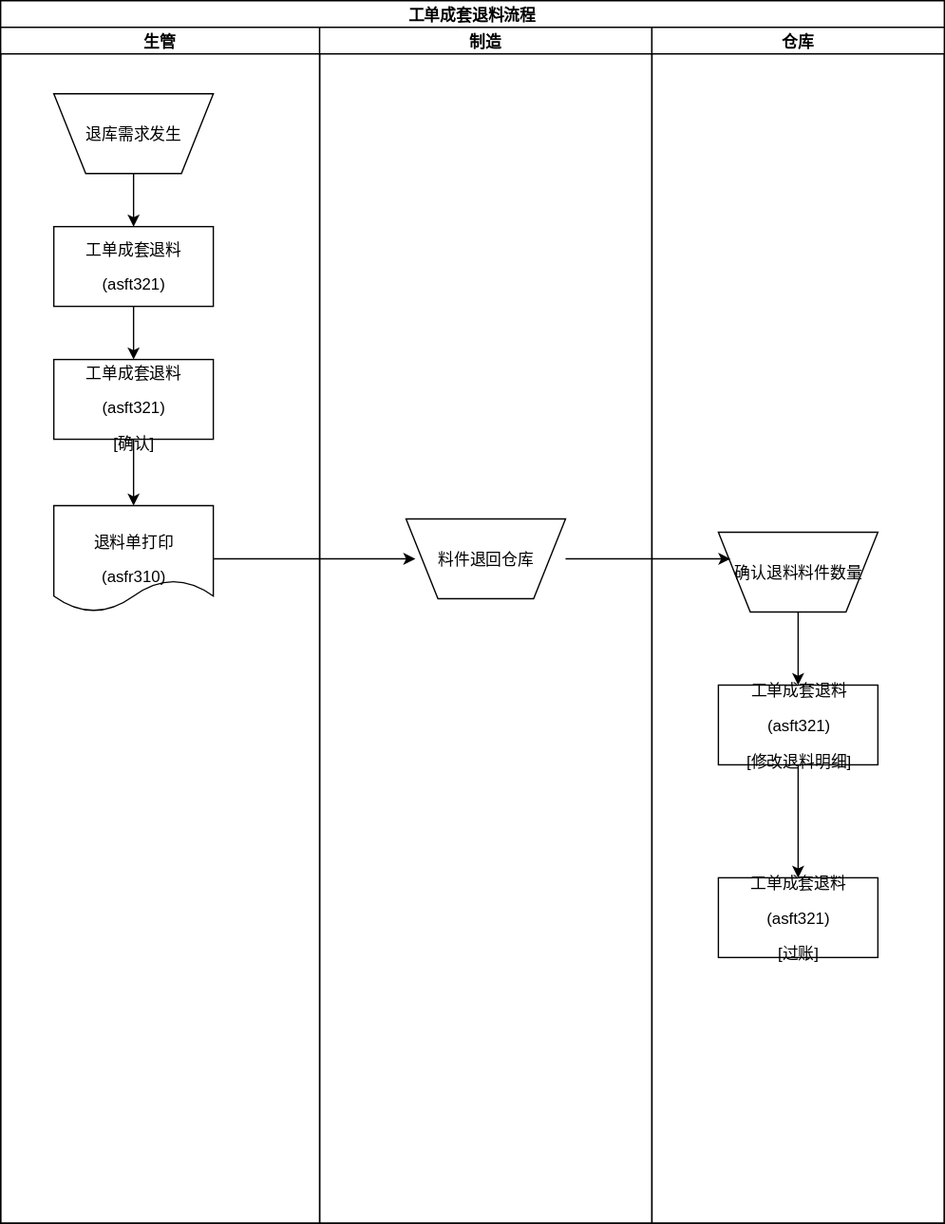
Above: ver01/ASF010.svg in ft2017/sop (draw.io), before the change. Source tidied: cells renumbered, new cells last; positions are measured from the earlier drawing's top-left corner, leaving out a move shared by most shapes. Its diagram source:
```xml
<mxGraphModel background="#ffffff">
  <root>
    <mxCell id="0" />
    <mxCell id="1" parent="0" />
    <mxCell id="2" value="&lt;b&gt;&lt;span&gt;工单成套退料流程&lt;/span&gt;&lt;/b&gt;" style="swimlane;html=1;startSize=20;" parent="1" vertex="1">
      <mxGeometry width="710" height="920" as="geometry" />
    </mxCell>
    <mxCell id="3" value="&lt;b&gt;&lt;span&gt;生管&lt;/span&gt;&lt;/b&gt;" style="swimlane;html=1;startSize=20;" parent="2" vertex="1">
      <mxGeometry y="20" width="240" height="900" as="geometry" />
    </mxCell>
    <mxCell id="4" style="edgeStyle=orthogonalEdgeStyle;rounded=0;html=1;entryX=0.5;entryY=0;jettySize=auto;" parent="3" edge="1" source="5" target="7">
      <mxGeometry relative="1" as="geometry" />
    </mxCell>
    <mxCell id="5" value="&lt;p align=&quot;center&quot;&gt;&lt;span&gt;退库需求发生&lt;/span&gt;&lt;/p&gt;" style="shape=trapezoid;whiteSpace=wrap;html=1;flipV=1;" parent="3" vertex="1">
      <mxGeometry x="40" y="50" width="120" height="60" as="geometry" />
    </mxCell>
    <mxCell id="6" style="edgeStyle=orthogonalEdgeStyle;rounded=0;html=1;entryX=0.5;entryY=0;jettySize=auto;" parent="3" edge="1" source="7" target="9">
      <mxGeometry relative="1" as="geometry" />
    </mxCell>
    <mxCell id="7" value="&lt;p align=&quot;center&quot;&gt;&lt;span&gt;工单成套退料&lt;/span&gt;&lt;/p&gt;&lt;p align=&quot;center&quot;&gt;&lt;span lang=&quot;EN-US&quot;&gt;(asft321)&lt;/span&gt;&lt;/p&gt;" style="whiteSpace=wrap;html=1;" parent="3" vertex="1">
      <mxGeometry x="40" y="150" width="120" height="60" as="geometry" />
    </mxCell>
    <mxCell id="8" style="edgeStyle=orthogonalEdgeStyle;rounded=0;html=1;entryX=0.5;entryY=0;jettySize=auto;" parent="3" edge="1" source="9" target="10">
      <mxGeometry relative="1" as="geometry" />
    </mxCell>
    <mxCell id="9" value="&lt;p align=&quot;center&quot;&gt;&lt;span&gt;工单成套退料&lt;/span&gt;&lt;/p&gt;&lt;p align=&quot;center&quot;&gt;&lt;span lang=&quot;EN-US&quot;&gt;(asft321)&lt;/span&gt;&lt;/p&gt;&lt;span lang=&quot;EN-US&quot;&gt;[&lt;/span&gt;&lt;span&gt;确认&lt;span lang=&quot;EN-US&quot;&gt;]&lt;/span&gt;&lt;/span&gt;" style="whiteSpace=wrap;html=1;" parent="3" vertex="1">
      <mxGeometry x="40" y="250" width="120" height="60" as="geometry" />
    </mxCell>
    <mxCell id="10" value="&lt;p align=&quot;center&quot;&gt;&lt;span&gt;退料单打印&lt;/span&gt;&lt;/p&gt;&lt;p align=&quot;center&quot;&gt;&lt;span lang=&quot;EN-US&quot;&gt;(asfr310)&lt;/span&gt;&lt;/p&gt;" style="shape=document;whiteSpace=wrap;html=1;" parent="3" vertex="1">
      <mxGeometry x="40" y="360" width="120" height="80" as="geometry" />
    </mxCell>
    <mxCell id="11" value="&lt;b&gt;&lt;span&gt;制造&lt;/span&gt;&lt;/b&gt;" style="swimlane;html=1;startSize=20;" parent="2" vertex="1">
      <mxGeometry x="240" y="20" width="250" height="900" as="geometry" />
    </mxCell>
    <mxCell id="12" value="&lt;p align=&quot;center&quot;&gt;&lt;span&gt;料件退回仓库&lt;/span&gt;&lt;/p&gt;" style="shape=trapezoid;whiteSpace=wrap;html=1;flipV=1;" parent="11" vertex="1">
      <mxGeometry x="65" y="370" width="120" height="60" as="geometry" />
    </mxCell>
    <mxCell id="13" value="&lt;b&gt;&lt;span&gt;仓库&lt;/span&gt;&lt;/b&gt;" style="swimlane;html=1;startSize=20;" parent="2" vertex="1">
      <mxGeometry x="490" y="20" width="220" height="900" as="geometry" />
    </mxCell>
    <mxCell id="14" style="edgeStyle=orthogonalEdgeStyle;rounded=0;html=1;entryX=0.5;entryY=0;jettySize=auto;" parent="13" edge="1" source="15" target="17">
      <mxGeometry relative="1" as="geometry" />
    </mxCell>
    <mxCell id="15" value="&lt;p align=&quot;center&quot;&gt;&lt;span&gt;确认退料料件数量&lt;/span&gt;&lt;/p&gt;" style="shape=trapezoid;whiteSpace=wrap;html=1;flipV=1;" parent="13" vertex="1">
      <mxGeometry x="50" y="380" width="120" height="60" as="geometry" />
    </mxCell>
    <mxCell id="16" style="edgeStyle=orthogonalEdgeStyle;rounded=0;html=1;jettySize=auto;" parent="13" edge="1" source="17" target="18">
      <mxGeometry relative="1" as="geometry" />
    </mxCell>
    <mxCell id="17" value="&lt;p align=&quot;center&quot;&gt;&lt;span&gt;工单成套退料&lt;/span&gt;&lt;/p&gt;&lt;p align=&quot;center&quot;&gt;&lt;span lang=&quot;EN-US&quot;&gt;(asft321)&lt;/span&gt;&lt;/p&gt;&lt;p align=&quot;center&quot;&gt;&lt;span lang=&quot;EN-US&quot;&gt;[&lt;/span&gt;&lt;span&gt;修改退料明细&lt;span lang=&quot;EN-US&quot;&gt;]&lt;/span&gt;&lt;/span&gt;&lt;/p&gt;" style="whiteSpace=wrap;html=1;" parent="13" vertex="1">
      <mxGeometry x="50" y="495" width="120" height="60" as="geometry" />
    </mxCell>
    <mxCell id="18" value="&lt;p align=&quot;center&quot;&gt;&lt;span&gt;工单成套退料&lt;/span&gt;&lt;/p&gt;&lt;p align=&quot;center&quot;&gt;&lt;a name=&quot;_GoBack&quot;&gt;&lt;span lang=&quot;EN-US&quot;&gt;(asft321)&lt;/span&gt;&lt;/a&gt;&lt;/p&gt;&lt;p align=&quot;center&quot;&gt;&lt;span lang=&quot;EN-US&quot;&gt;[&lt;/span&gt;&lt;span&gt;过账&lt;span lang=&quot;EN-US&quot;&gt;]&lt;/span&gt;&lt;/span&gt;&lt;/p&gt;" style="whiteSpace=wrap;html=1;" parent="13" vertex="1">
      <mxGeometry x="50" y="640" width="120" height="60" as="geometry" />
    </mxCell>
    <mxCell id="19" style="edgeStyle=orthogonalEdgeStyle;rounded=0;html=1;entryX=0.061;entryY=0.5;entryPerimeter=0;jettySize=auto;" parent="2" edge="1" source="10" target="12">
      <mxGeometry relative="1" as="geometry" />
    </mxCell>
    <mxCell id="20" style="edgeStyle=orthogonalEdgeStyle;rounded=0;html=1;entryX=0.078;entryY=0.667;entryPerimeter=0;jettySize=auto;" parent="2" edge="1" source="12" target="15">
      <mxGeometry relative="1" as="geometry" />
    </mxCell>
  </root>
</mxGraphModel>
```
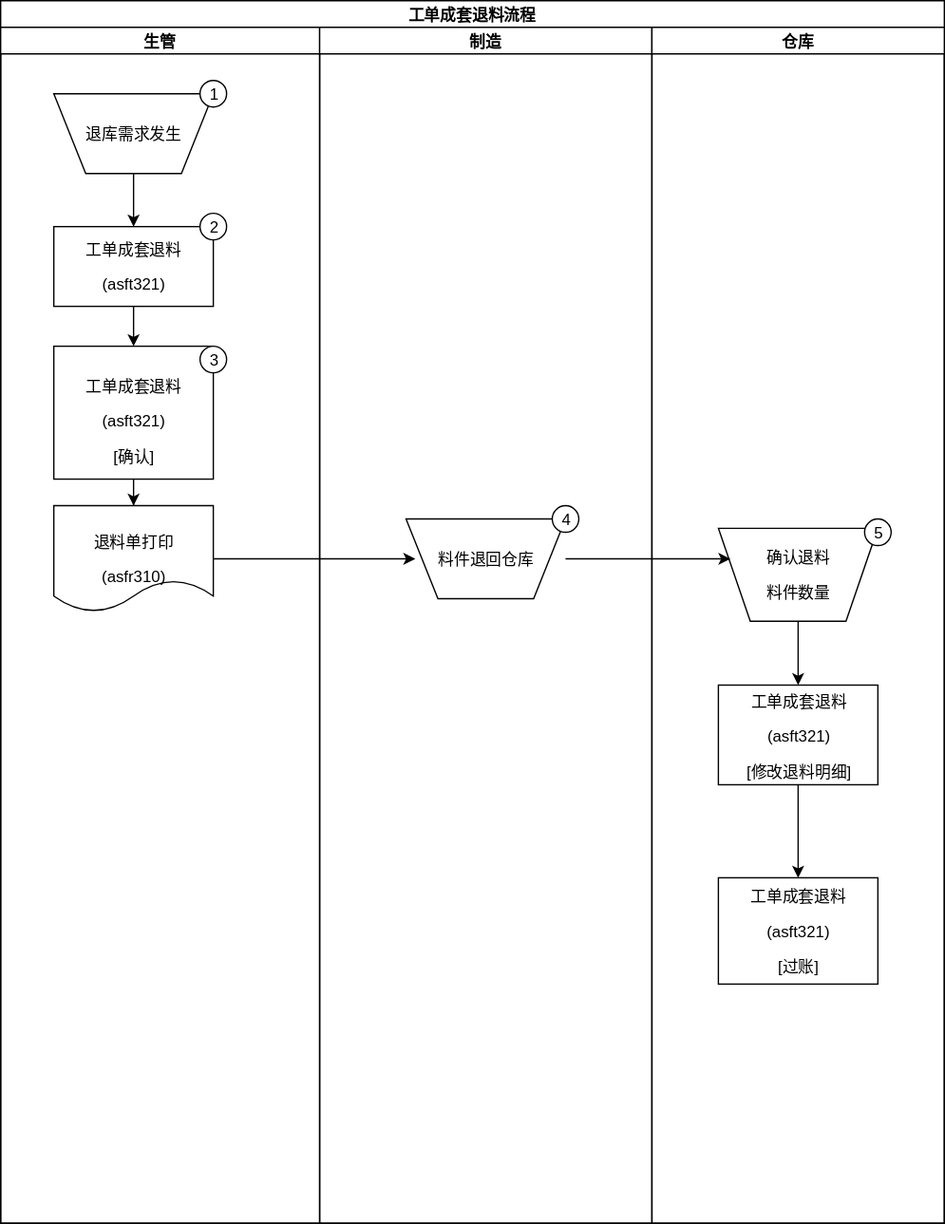
After the change.

The edit, as a diff of the source:
```diff
@@ -24,35 +24,50 @@
       <mxGeometry relative="1" as="geometry" />
     </mxCell>
     <mxCell id="9" value="&lt;p align=&quot;center&quot;&gt;&lt;span&gt;工单成套退料&lt;/span&gt;&lt;/p&gt;&lt;p align=&quot;center&quot;&gt;&lt;span lang=&quot;EN-US&quot;&gt;(asft321)&lt;/span&gt;&lt;/p&gt;&lt;span lang=&quot;EN-US&quot;&gt;[&lt;/span&gt;&lt;span&gt;确认&lt;span lang=&quot;EN-US&quot;&gt;]&lt;/span&gt;&lt;/span&gt;" style="whiteSpace=wrap;html=1;" parent="3" vertex="1">
-      <mxGeometry x="40" y="250" width="120" height="60" as="geometry" />
+      <mxGeometry x="40" y="240" width="120" height="100" as="geometry" />
     </mxCell>
     <mxCell id="10" value="&lt;p align=&quot;center&quot;&gt;&lt;span&gt;退料单打印&lt;/span&gt;&lt;/p&gt;&lt;p align=&quot;center&quot;&gt;&lt;span lang=&quot;EN-US&quot;&gt;(asfr310)&lt;/span&gt;&lt;/p&gt;" style="shape=document;whiteSpace=wrap;html=1;" parent="3" vertex="1">
       <mxGeometry x="40" y="360" width="120" height="80" as="geometry" />
     </mxCell>
+    <mxCell id="21" value="1" style="ellipse;whiteSpace=wrap;html=1;" parent="3" vertex="1">
+      <mxGeometry x="150" y="40" width="20" height="20" as="geometry" />
+    </mxCell>
+    <mxCell id="22" value="2" style="ellipse;whiteSpace=wrap;html=1;" parent="3" vertex="1">
+      <mxGeometry x="150" y="140" width="20" height="20" as="geometry" />
+    </mxCell>
+    <mxCell id="23" value="3" style="ellipse;whiteSpace=wrap;html=1;" parent="3" vertex="1">
+      <mxGeometry x="150" y="240" width="20" height="20" as="geometry" />
+    </mxCell>
     <mxCell id="11" value="&lt;b&gt;&lt;span&gt;制造&lt;/span&gt;&lt;/b&gt;" style="swimlane;html=1;startSize=20;" parent="2" vertex="1">
       <mxGeometry x="240" y="20" width="250" height="900" as="geometry" />
     </mxCell>
     <mxCell id="12" value="&lt;p align=&quot;center&quot;&gt;&lt;span&gt;料件退回仓库&lt;/span&gt;&lt;/p&gt;" style="shape=trapezoid;whiteSpace=wrap;html=1;flipV=1;" parent="11" vertex="1">
       <mxGeometry x="65" y="370" width="120" height="60" as="geometry" />
     </mxCell>
+    <mxCell id="24" value="4" style="ellipse;whiteSpace=wrap;html=1;" parent="11" vertex="1">
+      <mxGeometry x="175" y="360" width="20" height="20" as="geometry" />
+    </mxCell>
     <mxCell id="13" value="&lt;b&gt;&lt;span&gt;仓库&lt;/span&gt;&lt;/b&gt;" style="swimlane;html=1;startSize=20;" parent="2" vertex="1">
       <mxGeometry x="490" y="20" width="220" height="900" as="geometry" />
     </mxCell>
     <mxCell id="14" style="edgeStyle=orthogonalEdgeStyle;rounded=0;html=1;entryX=0.5;entryY=0;jettySize=auto;" parent="13" edge="1" source="15" target="17">
       <mxGeometry relative="1" as="geometry" />
     </mxCell>
-    <mxCell id="15" value="&lt;p align=&quot;center&quot;&gt;&lt;span&gt;确认退料料件数量&lt;/span&gt;&lt;/p&gt;" style="shape=trapezoid;whiteSpace=wrap;html=1;flipV=1;" parent="13" vertex="1">
-      <mxGeometry x="50" y="380" width="120" height="60" as="geometry" />
+    <mxCell id="15" value="&lt;p align=&quot;center&quot;&gt;&lt;span&gt;确认退料&lt;/span&gt;&lt;/p&gt;&lt;p align=&quot;center&quot;&gt;&lt;span&gt;料件数量&lt;/span&gt;&lt;/p&gt;" style="shape=trapezoid;whiteSpace=wrap;html=1;flipV=1;" parent="13" vertex="1">
+      <mxGeometry x="50" y="377" width="120" height="70" as="geometry" />
     </mxCell>
     <mxCell id="16" style="edgeStyle=orthogonalEdgeStyle;rounded=0;html=1;jettySize=auto;" parent="13" edge="1" source="17" target="18">
       <mxGeometry relative="1" as="geometry" />
     </mxCell>
     <mxCell id="17" value="&lt;p align=&quot;center&quot;&gt;&lt;span&gt;工单成套退料&lt;/span&gt;&lt;/p&gt;&lt;p align=&quot;center&quot;&gt;&lt;span lang=&quot;EN-US&quot;&gt;(asft321)&lt;/span&gt;&lt;/p&gt;&lt;p align=&quot;center&quot;&gt;&lt;span lang=&quot;EN-US&quot;&gt;[&lt;/span&gt;&lt;span&gt;修改退料明细&lt;span lang=&quot;EN-US&quot;&gt;]&lt;/span&gt;&lt;/span&gt;&lt;/p&gt;" style="whiteSpace=wrap;html=1;" parent="13" vertex="1">
-      <mxGeometry x="50" y="495" width="120" height="60" as="geometry" />
+      <mxGeometry x="50" y="495" width="120" height="75" as="geometry" />
     </mxCell>
     <mxCell id="18" value="&lt;p align=&quot;center&quot;&gt;&lt;span&gt;工单成套退料&lt;/span&gt;&lt;/p&gt;&lt;p align=&quot;center&quot;&gt;&lt;a name=&quot;_GoBack&quot;&gt;&lt;span lang=&quot;EN-US&quot;&gt;(asft321)&lt;/span&gt;&lt;/a&gt;&lt;/p&gt;&lt;p align=&quot;center&quot;&gt;&lt;span lang=&quot;EN-US&quot;&gt;[&lt;/span&gt;&lt;span&gt;过账&lt;span lang=&quot;EN-US&quot;&gt;]&lt;/span&gt;&lt;/span&gt;&lt;/p&gt;" style="whiteSpace=wrap;html=1;" parent="13" vertex="1">
-      <mxGeometry x="50" y="640" width="120" height="60" as="geometry" />
+      <mxGeometry x="50" y="640" width="120" height="80" as="geometry" />
     </mxCell>
+    <mxCell id="25" value="5" style="ellipse;whiteSpace=wrap;html=1;" parent="13" vertex="1">
+      <mxGeometry x="160" y="370" width="20" height="20" as="geometry" />
+    </mxCell>
     <mxCell id="19" style="edgeStyle=orthogonalEdgeStyle;rounded=0;html=1;entryX=0.061;entryY=0.5;entryPerimeter=0;jettySize=auto;" parent="2" edge="1" source="10" target="12">
       <mxGeometry relative="1" as="geometry" />
     </mxCell>
```
